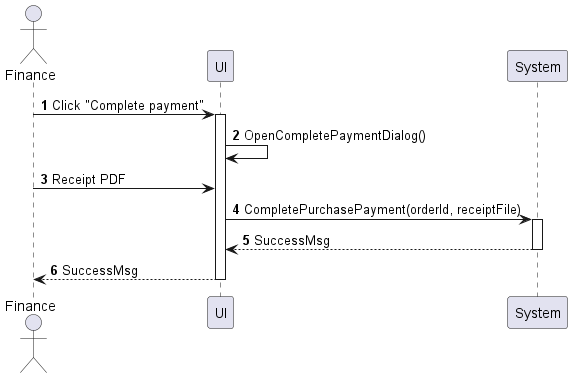
This is sequences/purchase-order-complete-payment.png from phihungha/scmss-reqs, a PlantUML export, as it was before one commit.
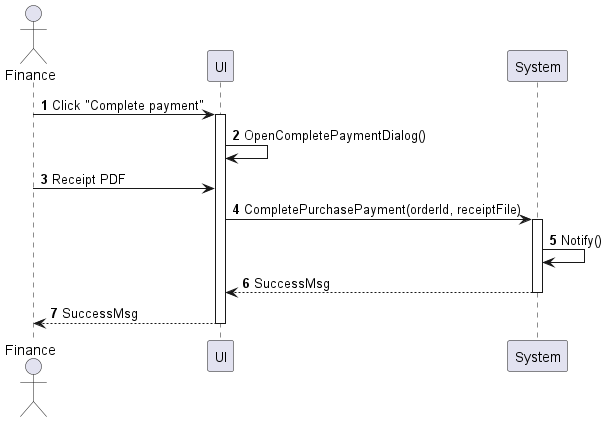
After the commit.

The edit, as a diff of the source:
```diff
@@ -11,6 +11,7 @@
 a -> f : Receipt PDF
 f -> b : CompletePurchasePayment(orderId, receiptFile)
 activate b
+b -> b : Notify()
 return SuccessMsg
 return SuccessMsg
 @enduml
```
